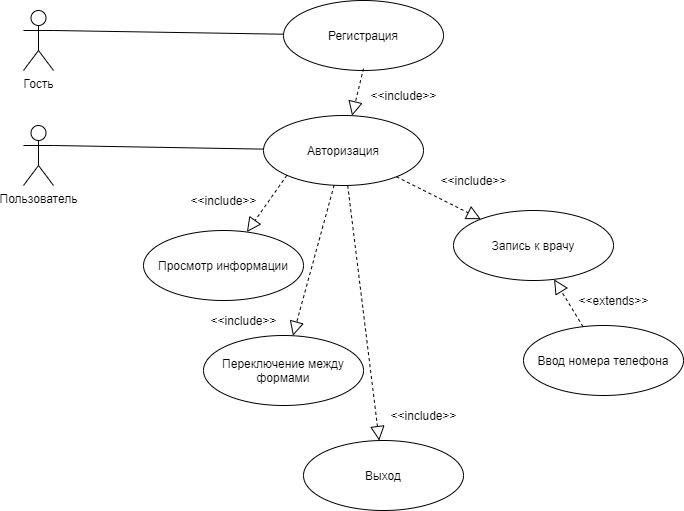
Earlier version of the draw.io export Схемы/Варианты использования.png (Comatoznik/hey_bro_nice_code). Source tidied: cells renumbered, new cells last; positions are measured from the earlier drawing's top-left corner, leaving out a move shared by most shapes.
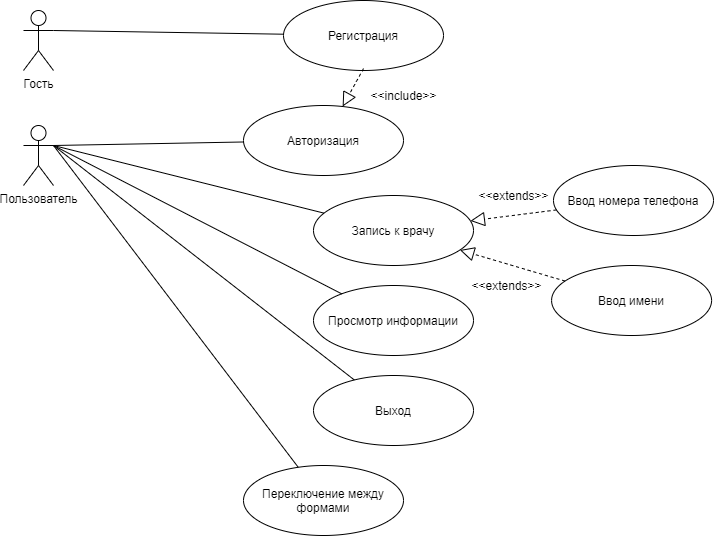
The same file after the commit.

Commit message:
Обновлены варианты использования

Change to the diagram source:
```diff
@@ -15,31 +15,19 @@
       <mxGeometry y="125" width="30" height="60" as="geometry" />
     </mxCell>
     <mxCell id="6" value="Просмотр информации" style="ellipse;whiteSpace=wrap;html=1;" parent="1" vertex="1">
-      <mxGeometry x="120" y="230" width="160" height="70" as="geometry" />
+      <mxGeometry x="290" y="285" width="160" height="70" as="geometry" />
     </mxCell>
     <mxCell id="7" value="Выход" style="ellipse;whiteSpace=wrap;html=1;" parent="1" vertex="1">
-      <mxGeometry x="280" y="440" width="160" height="70" as="geometry" />
+      <mxGeometry x="290" y="375" width="160" height="70" as="geometry" />
     </mxCell>
     <mxCell id="8" value="Переключение между формами" style="ellipse;whiteSpace=wrap;html=1;" parent="1" vertex="1">
-      <mxGeometry x="180" y="335" width="160" height="70" as="geometry" />
+      <mxGeometry x="220" y="465" width="160" height="70" as="geometry" />
     </mxCell>
-    <mxCell id="9" style="endArrow=block;dashed=1;endFill=0;endSize=12;html=1;exitX=0;exitY=1;exitDx=0;exitDy=0;" parent="1" edge="1" source="14" target="6">
-      <mxGeometry relative="1" as="geometry" />
-    </mxCell>
-    <mxCell id="10" style="endArrow=block;dashed=1;endFill=0;endSize=12;html=1;" parent="1" edge="1" source="14" target="8">
-      <mxGeometry relative="1" as="geometry" />
-    </mxCell>
-    <mxCell id="11" value="&amp;lt;&amp;lt;include&amp;gt;&amp;gt;" style="text;html=1;align=center;verticalAlign=middle;" parent="1" vertex="1">
-      <mxGeometry x="160" y="190" width="80" height="20" as="geometry" />
-    </mxCell>
     <mxCell id="12" value="&amp;lt;&amp;lt;include&amp;gt;&amp;gt;" style="text;html=1;align=center;verticalAlign=middle;" parent="1" vertex="1">
       <mxGeometry x="340" y="85" width="80" height="20" as="geometry" />
     </mxCell>
-    <mxCell id="13" value="&amp;lt;&amp;lt;include&amp;gt;&amp;gt;" style="text;html=1;align=center;verticalAlign=middle;" parent="1" vertex="1">
-      <mxGeometry x="180" y="310" width="80" height="20" as="geometry" />
-    </mxCell>
     <mxCell id="14" value="Авторизация" style="ellipse;whiteSpace=wrap;html=1;" parent="1" vertex="1">
-      <mxGeometry x="240" y="115" width="160" height="70" as="geometry" />
+      <mxGeometry x="220" y="105" width="160" height="70" as="geometry" />
     </mxCell>
     <mxCell id="15" style="endArrow=none;html=1;exitX=1;exitY=0.3333333333333333;exitDx=0;exitDy=0;exitPerimeter=0;" parent="1" edge="1" source="5" target="14">
       <mxGeometry relative="1" as="geometry" />
@@ -49,29 +37,40 @@
         <mxPoint x="340" y="68" as="sourcePoint" />
       </mxGeometry>
     </mxCell>
-    <mxCell id="17" style="endArrow=block;dashed=1;endFill=0;endSize=12;html=1;" parent="1" edge="1" source="14" target="7">
-      <mxGeometry relative="1" as="geometry" />
-    </mxCell>
-    <mxCell id="18" value="&amp;lt;&amp;lt;include&amp;gt;&amp;gt;" style="text;html=1;align=center;verticalAlign=middle;" parent="1" vertex="1">
-      <mxGeometry x="360" y="405" width="80" height="20" as="geometry" />
-    </mxCell>
-    <mxCell id="19" style="endArrow=block;dashed=1;endFill=0;endSize=12;html=1;" parent="1" edge="1" source="14" target="20">
-      <mxGeometry relative="1" as="geometry" />
-    </mxCell>
     <mxCell id="20" value="Запись к врачу" style="ellipse;whiteSpace=wrap;html=1;" parent="1" vertex="1">
-      <mxGeometry x="430" y="210" width="160" height="70" as="geometry" />
+      <mxGeometry x="290" y="195" width="160" height="70" as="geometry" />
     </mxCell>
-    <mxCell id="21" value="&amp;lt;&amp;lt;include&amp;gt;&amp;gt;" style="text;html=1;align=center;verticalAlign=middle;" parent="1" vertex="1">
-      <mxGeometry x="410" y="170" width="80" height="20" as="geometry" />
-    </mxCell>
     <mxCell id="22" value="Ввод номера телефона" style="ellipse;whiteSpace=wrap;html=1;" parent="1" vertex="1">
-      <mxGeometry x="500" y="325" width="160" height="70" as="geometry" />
+      <mxGeometry x="530" y="165" width="160" height="70" as="geometry" />
     </mxCell>
+    <mxCell id="25" style="endArrow=none;html=1;" parent="1" edge="1" target="6">
+      <mxGeometry relative="1" as="geometry">
+        <mxPoint x="30" y="145" as="sourcePoint" />
+      </mxGeometry>
+    </mxCell>
+    <mxCell id="26" style="endArrow=none;html=1;exitX=1;exitY=0.3333333333333333;exitDx=0;exitDy=0;exitPerimeter=0;" parent="1" edge="1" source="5" target="8">
+      <mxGeometry relative="1" as="geometry" />
+    </mxCell>
+    <mxCell id="27" style="endArrow=none;html=1;exitX=1;exitY=0.3333333333333333;exitDx=0;exitDy=0;exitPerimeter=0;" parent="1" edge="1" source="5" target="7">
+      <mxGeometry relative="1" as="geometry" />
+    </mxCell>
+    <mxCell id="28" style="endArrow=none;html=1;exitX=1;exitY=0.3333333333333333;exitDx=0;exitDy=0;exitPerimeter=0;" parent="1" edge="1" source="5" target="20">
+      <mxGeometry relative="1" as="geometry" />
+    </mxCell>
     <mxCell id="23" style="endArrow=block;dashed=1;endFill=0;endSize=12;html=1;" parent="1" edge="1" source="22" target="20">
       <mxGeometry relative="1" as="geometry" />
     </mxCell>
-    <mxCell id="24" value="&amp;lt;&amp;lt;extends&amp;gt;&amp;gt;" style="text;html=1;align=center;verticalAlign=middle;" parent="1" vertex="1">
-      <mxGeometry x="545" y="290" width="90" height="20" as="geometry" />
-    </mxCell>
+    <mxCell id="29" value="&amp;lt;&amp;lt;extends&amp;gt;&amp;gt;" style="text;html=1;align=center;verticalAlign=middle;" parent="1" vertex="1">
+      <mxGeometry x="445" y="185" width="90" height="20" as="geometry" />
+    </mxCell>
+    <mxCell id="30" value="Ввод имени" style="ellipse;whiteSpace=wrap;html=1;" parent="1" vertex="1">
+      <mxGeometry x="528.1" y="265" width="160" height="70" as="geometry" />
+    </mxCell>
+    <mxCell id="31" style="endArrow=block;dashed=1;endFill=0;endSize=12;html=1;" parent="1" edge="1" source="30" target="20">
+      <mxGeometry relative="1" as="geometry" />
+    </mxCell>
+    <mxCell id="32" value="&amp;lt;&amp;lt;extends&amp;gt;&amp;gt;" style="text;html=1;align=center;verticalAlign=middle;" parent="1" vertex="1">
+      <mxGeometry x="438.1" y="275" width="90" height="20" as="geometry" />
+    </mxCell>
   </root>
 </mxGraphModel>
```
